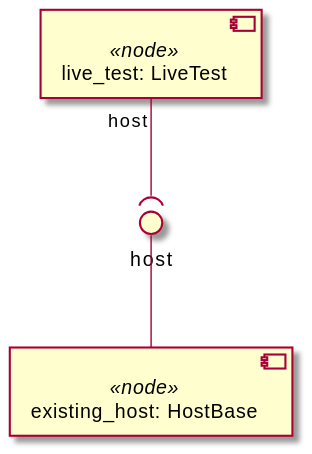
Earlier version of the PlantUML export examples/ariatosca/diagrams/uml2/clearwater-live-test-existing-1.0-uml2-component-diagram1.svg (Orange-OpenSource/Cloudnet-TOSCA-toolbox). The source it was exported from:
```plantuml
@startuml
skinparam componentStyle uml2

component "live_test: LiveTest" <<node>> as node_live_test

component "existing_host: HostBase" <<node>> as node_existing_host
interface "host" as node_existing_host_host
node_existing_host_host -- node_existing_host

node_live_test "host" --( node_existing_host_host
@enduml
```
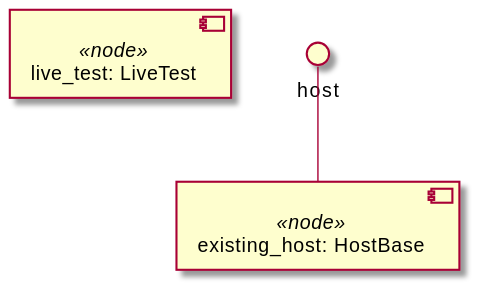
Later version of the same file.

The edit, as a diff of the source:
```diff
@@ -7,5 +7,4 @@
 interface "host" as node_existing_host_host
 node_existing_host_host -- node_existing_host
 
-node_live_test "host" --( node_existing_host_host
 @enduml
```
